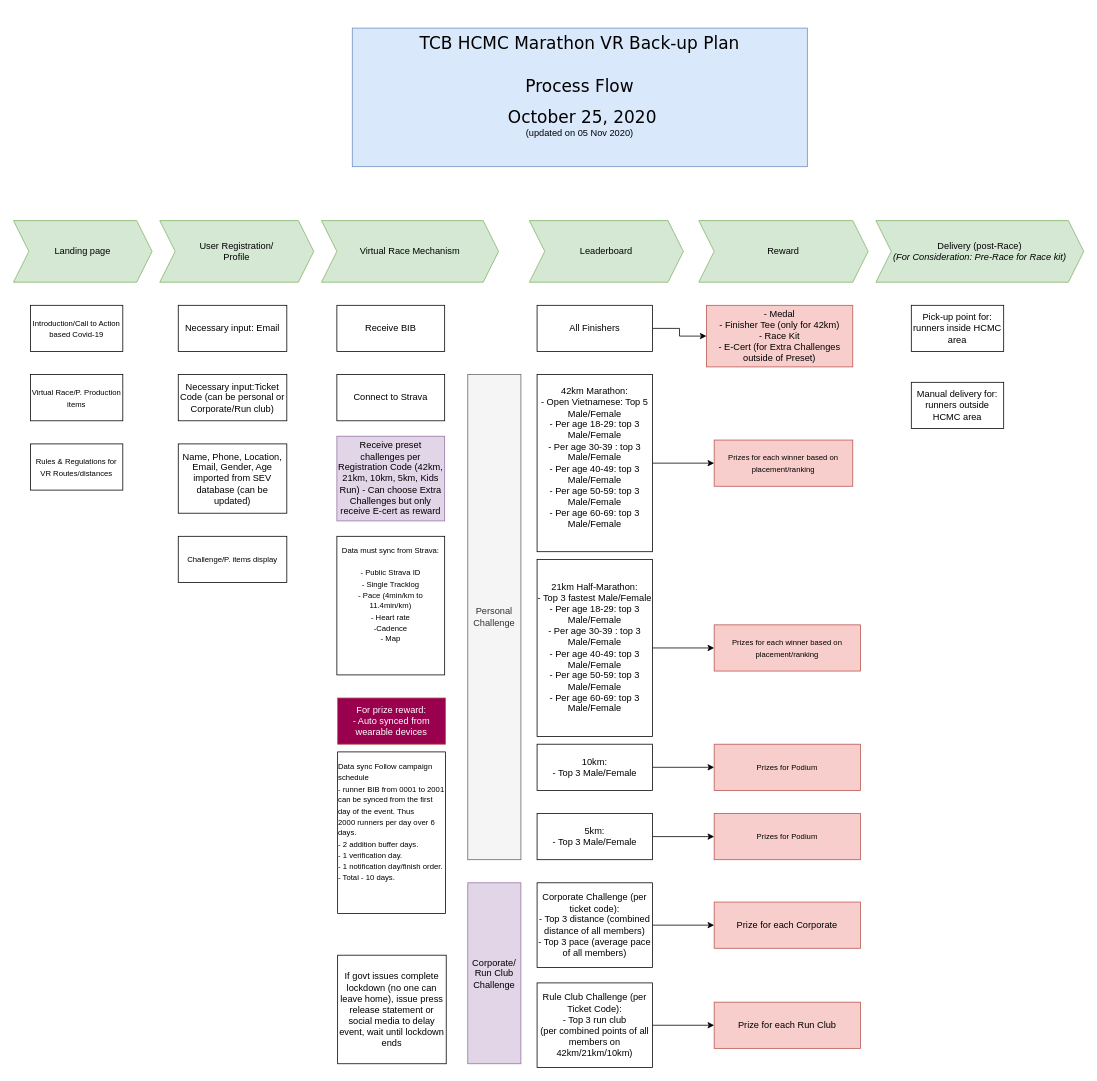
Before: HCMC Marathon VR Back-up Plan.drawio in SmithLam/draw.io_diagrams, a draw.io diagram. Source tidied: cells renumbered, new cells numbered last; positions are measured from the earlier drawing's top-left corner, leaving out a move shared by most shapes. Both pictures are drawn from the tidied source at 77%, with x=0, y=0 at pixel (13, 28).
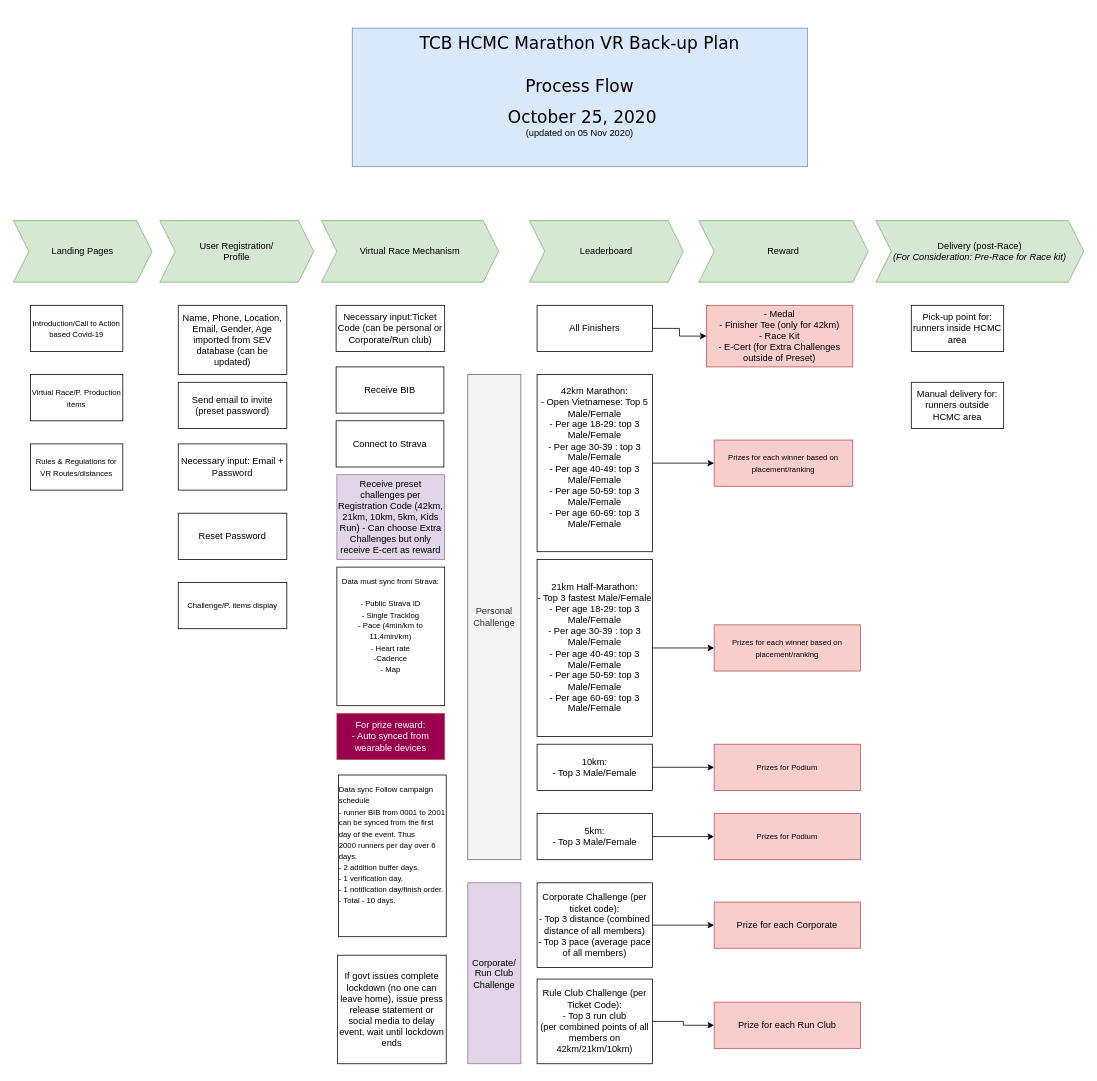
The same diagram, later.

Diff of the diagram source:
```diff
@@
-    <mxCell id="3" value="Landing page" style="shape=step;perimeter=stepPerimeter;whiteSpace=wrap;html=1;fixedSize=1;fillColor=#d5e8d4;strokeColor=#82b366;" parent="1" vertex="1">
+    <mxCell id="3" value="Landing Pages" style="shape=step;perimeter=stepPerimeter;whiteSpace=wrap;html=1;fixedSize=1;fillColor=#d5e8d4;strokeColor=#82b366;" parent="1" vertex="1">
       <mxGeometry y="250" width="180" height="80" as="geometry" />
     </mxCell>
@@
     <mxCell id="10" value="Necessary input:Ticket Code (can be personal or Corporate/Run club)" style="whiteSpace=wrap;html=1;" parent="1" vertex="1">
-      <mxGeometry x="214" y="450" width="141" height="60" as="geometry" />
+      <mxGeometry x="419" y="360" width="141" height="60" as="geometry" />
     </mxCell>
-    <mxCell id="11" value="Necessary input: Email" style="rounded=0;whiteSpace=wrap;html=1;" parent="1" vertex="1">
-      <mxGeometry x="214" y="360" width="141" height="60" as="geometry" />
+    <mxCell id="11" value="Necessary input: Email + Password" style="rounded=0;whiteSpace=wrap;html=1;" parent="1" vertex="1">
+      <mxGeometry x="214" y="540" width="141" height="60" as="geometry" />
     </mxCell>
     <mxCell id="12" value="Receive BIB" style="rounded=0;whiteSpace=wrap;html=1;" parent="1" vertex="1">
-      <mxGeometry x="420" y="360" width="140" height="60" as="geometry" />
+      <mxGeometry x="419" y="440" width="140" height="60" as="geometry" />
     </mxCell>
     <mxCell id="13" value="&lt;div&gt;Receive preset challenges per Registration Code (42km, 21km, 10km, 5km, Kids Run) - Can choose Extra Challenges but only receive E-cert as reward&lt;br&gt;&lt;/div&gt;" style="rounded=0;whiteSpace=wrap;html=1;fillColor=#e1d5e7;strokeColor=#9673a6;" parent="1" vertex="1">
-      <mxGeometry x="420" y="530" width="140" height="110" as="geometry" />
+      <mxGeometry x="420" y="580" width="140" height="110" as="geometry" />
     </mxCell>
     <mxCell id="14" value="&lt;font style=&quot;font-size: 10px ; font-family: &amp;#34;helvetica&amp;#34; ; color: #000000 ; direction: ltr ; letter-spacing: 0px ; line-height: 120% ; opacity: 1&quot;&gt;Data must sync from Strava: &lt;br&gt;&lt;/font&gt;&lt;font style=&quot;font-size: 10px ; font-family: &amp;#34;helvetica&amp;#34; ; color: #000000 ; direction: ltr ; letter-spacing: 0px ; line-height: 120% ; opacity: 1&quot;&gt;&lt;br&gt;&lt;/font&gt;&lt;font style=&quot;font-size: 10px ; font-family: &amp;#34;helvetica&amp;#34; ; color: #000000 ; direction: ltr ; letter-spacing: 0px ; line-height: 120% ; opacity: 1&quot;&gt;- Public Strava ID&lt;/font&gt;&lt;font style=&quot;font-size: 10px ; font-family: &amp;#34;helvetica&amp;#34; ; color: #000000 ; direction: ltr ; letter-spacing: 0px ; line-height: 120% ; opacity: 1&quot;&gt;&lt;br&gt;&lt;/font&gt;&lt;font style=&quot;font-size: 10px ; font-family: &amp;#34;helvetica&amp;#34; ; color: #000000 ; direction: ltr ; letter-spacing: 0px ; line-height: 120% ; opacity: 1&quot;&gt;- Single Tracklog&lt;/font&gt;&lt;font style=&quot;font-size: 10px ; font-family: &amp;#34;helvetica&amp;#34; ; color: #000000 ; direction: ltr ; letter-spacing: 0px ; line-height: 120% ; opacity: 1&quot;&gt;&lt;br&gt;&lt;/font&gt;&lt;div&gt;&lt;font style=&quot;font-size: 10px ; font-family: &amp;#34;helvetica&amp;#34; ; color: #000000 ; direction: ltr ; letter-spacing: 0px ; line-height: 120% ; opacity: 1&quot;&gt;- Pace (4min/km to 11.4min/km)&lt;/font&gt;&lt;font style=&quot;font-size: 10px ; font-family: &amp;#34;helvetica&amp;#34; ; color: #000000 ; direction: ltr ; letter-spacing: 0px ; line-height: 120% ; opacity: 1&quot;&gt;&lt;br&gt;&lt;/font&gt;&lt;/div&gt;&lt;font style=&quot;font-size: 10px ; font-family: &amp;#34;helvetica&amp;#34; ; color: #000000 ; direction: ltr ; letter-spacing: 0px ; line-height: 120% ; opacity: 1&quot;&gt;- Heart rate&lt;/font&gt;&lt;font style=&quot;font-size: 10px ; font-family: &amp;#34;helvetica&amp;#34; ; color: #000000 ; direction: ltr ; letter-spacing: 0px ; line-height: 120% ; opacity: 1&quot;&gt;&lt;br&gt;&lt;/font&gt;&lt;font style=&quot;font-size: 10px ; font-family: &amp;#34;helvetica&amp;#34; ; color: #000000 ; direction: ltr ; letter-spacing: 0px ; line-height: 120% ; opacity: 1&quot;&gt;-Cadence&lt;/font&gt;&lt;font style=&quot;font-size: 10px ; font-family: &amp;#34;helvetica&amp;#34; ; color: #000000 ; direction: ltr ; letter-spacing: 0px ; line-height: 120% ; opacity: 1&quot;&gt;&lt;br&gt;&lt;/font&gt;&lt;font style=&quot;font-size: 10px ; font-family: &amp;#34;helvetica&amp;#34; ; color: #000000 ; direction: ltr ; letter-spacing: 0px ; line-height: 120% ; opacity: 1&quot;&gt;- Map&lt;br&gt;&lt;/font&gt;&lt;font style=&quot;font-size: 10px ; font-family: &amp;#34;helvetica&amp;#34; ; color: #000000 ; direction: ltr ; letter-spacing: 0px ; line-height: 120% ; opacity: 1&quot;&gt;&lt;br&gt;&lt;br&gt;&lt;/font&gt;" style="rounded=0;whiteSpace=wrap;html=1;" parent="1" vertex="1">
-      <mxGeometry x="420" y="660" width="140" height="180" as="geometry" />
+      <mxGeometry x="420" y="700" width="140" height="180" as="geometry" />
     </mxCell>
     <mxCell id="15" value="&lt;div&gt;For prize reward:&lt;/div&gt;&lt;div&gt;- Auto synced from wearable devices&lt;br&gt;&lt;/div&gt;" style="rounded=0;whiteSpace=wrap;html=1;strokeColor=#b85450;fillColor=#99004D;fontColor=#FFFFFF;" parent="1" vertex="1">
-      <mxGeometry x="421" y="870" width="140" height="60" as="geometry" />
+      <mxGeometry x="420" y="890" width="140" height="60" as="geometry" />
     </mxCell>
     <mxCell id="16" value="Name, Phone, Location, Email, Gender, Age imported from SEV database (can be updated)" style="whiteSpace=wrap;html=1;" parent="1" vertex="1">
-      <mxGeometry x="214" y="540" width="141" height="90" as="geometry" />
+      <mxGeometry x="214" y="360" width="141" height="90" as="geometry" />
     </mxCell>
     <mxCell id="17" value="Connect to Strava" style="rounded=0;whiteSpace=wrap;html=1;" parent="1" vertex="1">
-      <mxGeometry x="420" y="450" width="140" height="60" as="geometry" />
+      <mxGeometry x="419" y="510" width="140" height="60" as="geometry" />
     </mxCell>
@@
     <mxCell id="25" value="&lt;font style=&quot;font-size: 10px ; font-family: &amp;#34;helvetica&amp;#34; ; color: #000000 ; direction: ltr ; letter-spacing: 0px ; line-height: 120% ; opacity: 1&quot;&gt;Challenge/P. items display&lt;/font&gt;" style="rounded=0;whiteSpace=wrap;html=1;" parent="1" vertex="1">
-      <mxGeometry x="214" y="660" width="141" height="60" as="geometry" />
+      <mxGeometry x="214" y="720" width="141" height="60" as="geometry" />
     </mxCell>
     <mxCell id="26" value="&lt;div align=&quot;left&quot;&gt;&lt;font style=&quot;font-size: 10px ; font-family: &amp;#34;helvetica&amp;#34; ; color: #000000 ; direction: ltr ; letter-spacing: 0px ; line-height: 120% ; opacity: 1&quot;&gt;Data sync Follow campaign schedule&amp;nbsp;&lt;/font&gt;&lt;/div&gt;&lt;div align=&quot;left&quot;&gt;&lt;font style=&quot;font-size: 10px ; font-family: &amp;#34;helvetica&amp;#34; ; color: #000000 ; direction: ltr ; letter-spacing: 0px ; line-height: 120% ; opacity: 1&quot;&gt;- runner&lt;/font&gt;&lt;font style=&quot;font-size: 10px ; font-family: &amp;#34;helvetica&amp;#34; ; color: #000000 ; direction: ltr ; letter-spacing: 0px ; line-height: 120% ; opacity: 1&quot;&gt; BIB from 0001 to 2001 can be synced from the first day of the event. Thus &lt;/font&gt;&lt;br&gt;&lt;font style=&quot;font-size: 10px ; font-family: &amp;#34;helvetica&amp;#34; ; color: #000000 ; direction: ltr ; letter-spacing: 0px ; line-height: 120% ; opacity: 1&quot;&gt;2000 runners per day over 6 days. &lt;br&gt;&lt;/font&gt;&lt;/div&gt;&lt;div align=&quot;left&quot;&gt;&lt;font style=&quot;font-size: 10px ; font-family: &amp;#34;helvetica&amp;#34; ; color: #000000 ; direction: ltr ; letter-spacing: 0px ; line-height: 120% ; opacity: 1&quot;&gt;- 2 addition buffer days.&lt;/font&gt;&lt;/div&gt;&lt;div align=&quot;left&quot;&gt;&lt;font style=&quot;font-size: 10px ; font-family: &amp;#34;helvetica&amp;#34; ; color: #000000 ; direction: ltr ; letter-spacing: 0px ; line-height: 120% ; opacity: 1&quot;&gt;- 1 verification day. &lt;br&gt;&lt;/font&gt;&lt;/div&gt;&lt;div align=&quot;left&quot;&gt;&lt;font style=&quot;font-size: 10px ; font-family: &amp;#34;helvetica&amp;#34; ; color: #000000 ; direction: ltr ; letter-spacing: 0px ; line-height: 120% ; opacity: 1&quot;&gt;- 1 &lt;/font&gt;&lt;font style=&quot;font-size: 10px ; font-family: &amp;#34;helvetica&amp;#34; ; color: #000000 ; direction: ltr ; letter-spacing: 0px ; line-height: 120% ; opacity: 1&quot;&gt;notification day/finish order. &lt;br&gt;&lt;/font&gt;&lt;/div&gt;&lt;div align=&quot;left&quot;&gt;&lt;font style=&quot;font-size: 10px ; font-family: &amp;#34;helvetica&amp;#34; ; color: #000000 ; direction: ltr ; letter-spacing: 0px ; line-height: 120% ; opacity: 1&quot;&gt;- Total - 10 days.&lt;/font&gt;&lt;br&gt;&lt;/div&gt;&lt;font style=&quot;font-size: 10px ; font-family: &amp;#34;helvetica&amp;#34; ; color: #000000 ; direction: ltr ; letter-spacing: 0px ; line-height: 120% ; opacity: 1&quot;&gt;&lt;br&gt;&lt;br&gt;&lt;/font&gt;" style="rounded=0;whiteSpace=wrap;html=1;" parent="1" vertex="1">
-      <mxGeometry x="421" y="940" width="140" height="210" as="geometry" />
+      <mxGeometry x="422" y="970" width="140" height="210" as="geometry" />
     </mxCell>
@@
     <mxCell id="34" value="&lt;div&gt;Rule Club Challenge (per Ticket Code):&lt;/div&gt;&lt;div&gt;- Top 3 run club &lt;br&gt;&lt;/div&gt;(per combined points of all members on 42km/21km/10km)" style="rounded=0;whiteSpace=wrap;html=1;" parent="1" vertex="1">
-      <mxGeometry x="680" y="1240" width="150" height="110" as="geometry" />
+      <mxGeometry x="680" y="1235" width="150" height="110" as="geometry" />
     </mxCell>
@@
+    <mxCell id="48" value="Reset Password" style="rounded=0;whiteSpace=wrap;html=1;" parent="1" vertex="1">
+      <mxGeometry x="214" y="630" width="141" height="60" as="geometry" />
+    </mxCell>
+    <mxCell id="49" value="Send email to invite (preset password)" style="rounded=0;whiteSpace=wrap;html=1;" parent="1" vertex="1">
+      <mxGeometry x="214" y="460" width="141" height="60" as="geometry" />
+    </mxCell>
```
